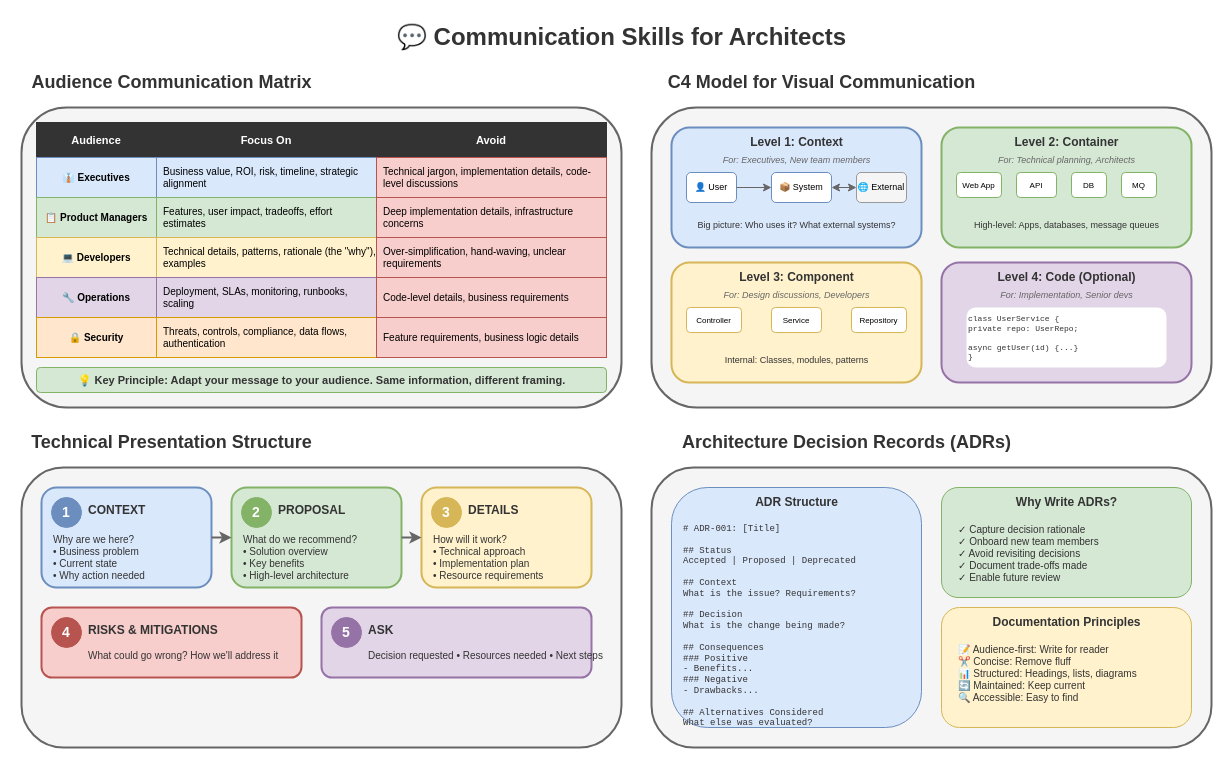
Before: lesson-10-soft-skills/diagrams/1.1-communication-skills.drawio in MrParkerZ7/document-lesson-software-architect-x-claude, a draw.io diagram. Source tidied: cells renumbered, new cells numbered last; positions are measured from the earlier drawing's top-left corner, leaving out a move shared by most shapes. Both pictures are drawn from the tidied source at 100%, with x=0, y=0 at pixel (21, 17).
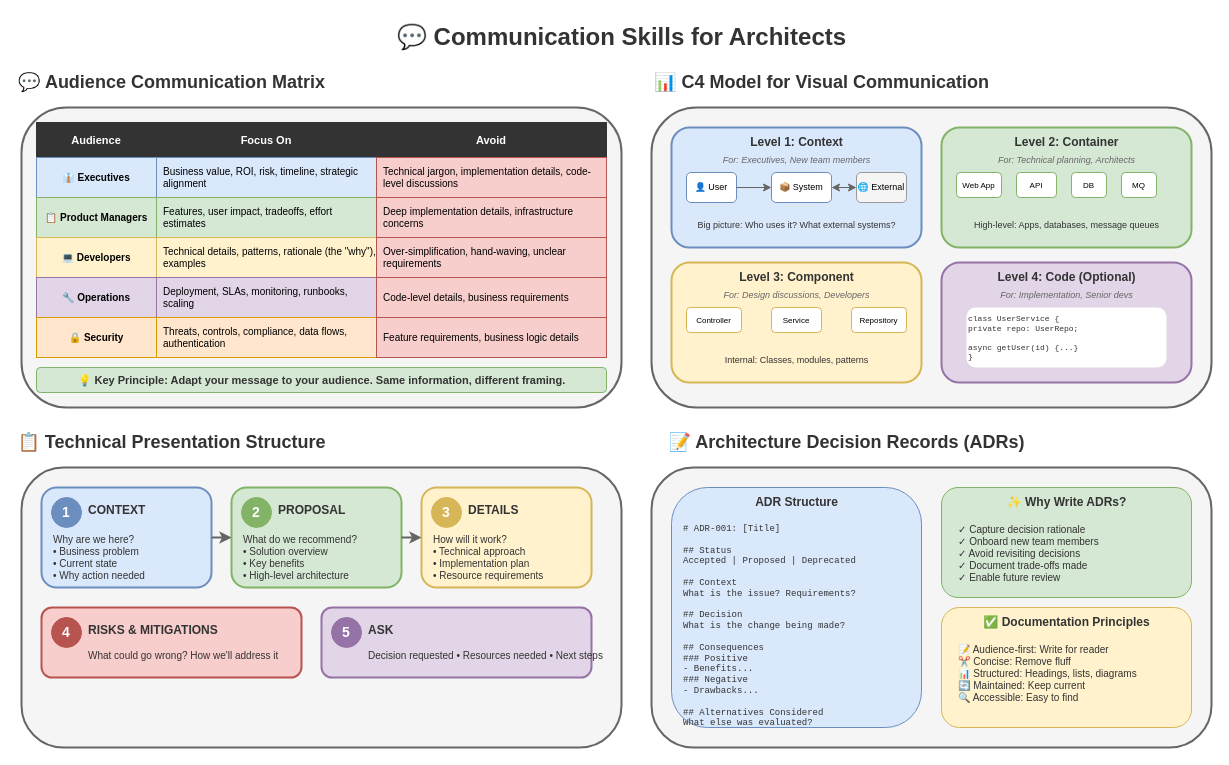
The same diagram, later.

Change to the diagram source:
```diff
@@
-    <mxCell id="3" value="Audience Communication Matrix" style="text;html=1;strokeColor=none;fillColor=none;align=center;verticalAlign=middle;fontSize=18;fontStyle=1;fontColor=#333333;" parent="1" vertex="1">
+    <mxCell id="3" value="💬 Audience Communication Matrix" style="text;html=1;strokeColor=none;fillColor=none;align=center;verticalAlign=middle;fontSize=18;fontStyle=1;fontColor=#333333;" parent="1" vertex="1">
       <mxGeometry y="50" width="300" height="30" as="geometry" />
     </mxCell>
@@
-    <mxCell id="24" value="C4 Model for Visual Communication" style="text;html=1;strokeColor=none;fillColor=none;align=center;verticalAlign=middle;fontSize=18;fontStyle=1;fontColor=#333333;" parent="1" vertex="1">
+    <mxCell id="24" value="📊 C4 Model for Visual Communication" style="text;html=1;strokeColor=none;fillColor=none;align=center;verticalAlign=middle;fontSize=18;fontStyle=1;fontColor=#333333;" parent="1" vertex="1">
       <mxGeometry x="650" y="50" width="300" height="30" as="geometry" />
     </mxCell>
@@
-    <mxCell id="54" value="Technical Presentation Structure" style="text;html=1;strokeColor=none;fillColor=none;align=center;verticalAlign=middle;fontSize=18;fontStyle=1;fontColor=#333333;" parent="1" vertex="1">
+    <mxCell id="54" value="📋 Technical Presentation Structure" style="text;html=1;strokeColor=none;fillColor=none;align=center;verticalAlign=middle;fontSize=18;fontStyle=1;fontColor=#333333;" parent="1" vertex="1">
       <mxGeometry y="410" width="300" height="30" as="geometry" />
     </mxCell>
@@
-    <mxCell id="78" value="Architecture Decision Records (ADRs)" style="text;html=1;strokeColor=none;fillColor=none;align=center;verticalAlign=middle;fontSize=18;fontStyle=1;fontColor=#333333;" parent="1" vertex="1">
+    <mxCell id="78" value="📝 Architecture Decision Records (ADRs)" style="text;html=1;strokeColor=none;fillColor=none;align=center;verticalAlign=middle;fontSize=18;fontStyle=1;fontColor=#333333;" parent="1" vertex="1">
       <mxGeometry x="650" y="410" width="350" height="30" as="geometry" />
     </mxCell>
@@
-    <mxCell id="84" value="Why Write ADRs?" style="text;html=1;strokeColor=none;fillColor=none;align=center;verticalAlign=middle;fontSize=12;fontStyle=1;fontColor=#333333;" parent="1" vertex="1">
+    <mxCell id="84" value="✨ Why Write ADRs?" style="text;html=1;strokeColor=none;fillColor=none;align=center;verticalAlign=middle;fontSize=12;fontStyle=1;fontColor=#333333;" parent="1" vertex="1">
       <mxGeometry x="995" y="475" width="100" height="20" as="geometry" />
     </mxCell>
@@
-    <mxCell id="87" value="Documentation Principles" style="text;html=1;strokeColor=none;fillColor=none;align=center;verticalAlign=middle;fontSize=12;fontStyle=1;fontColor=#333333;" parent="1" vertex="1">
+    <mxCell id="87" value="✅ Documentation Principles" style="text;html=1;strokeColor=none;fillColor=none;align=center;verticalAlign=middle;fontSize=12;fontStyle=1;fontColor=#333333;" parent="1" vertex="1">
       <mxGeometry x="965" y="595" width="160" height="20" as="geometry" />
     </mxCell>
```
